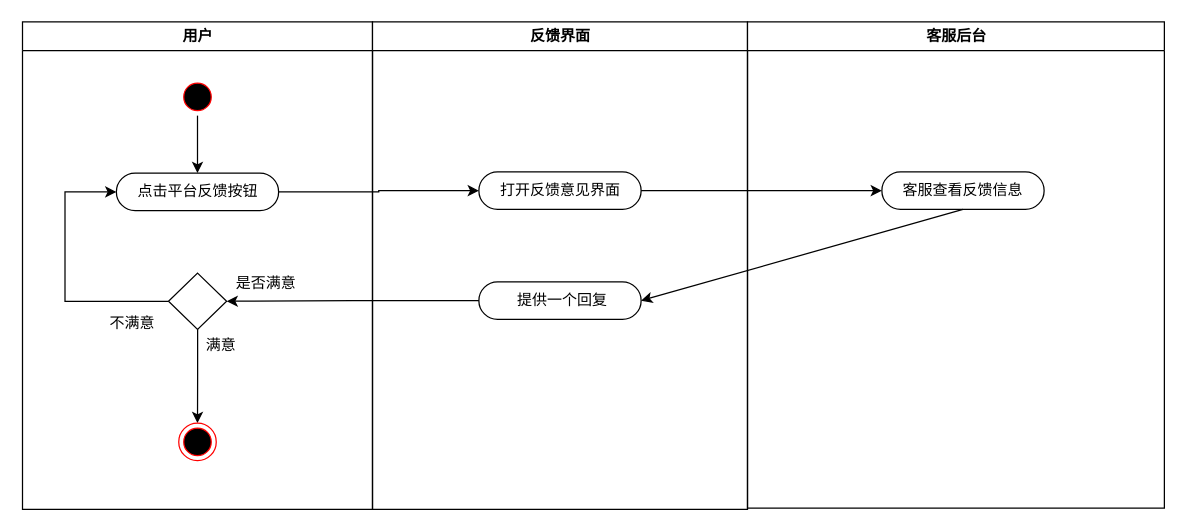
200928/image keeps this draw.io diagram as 退货协商活动图.drawio. Above is the earlier version. Source tidied: cells renumbered, new cells numbered last; positions are measured from the earlier drawing's top-left corner, leaving out a move shared by most shapes. Both pictures are drawn from the tidied source at 125%, with x=0, y=0 at pixel (21, 21).
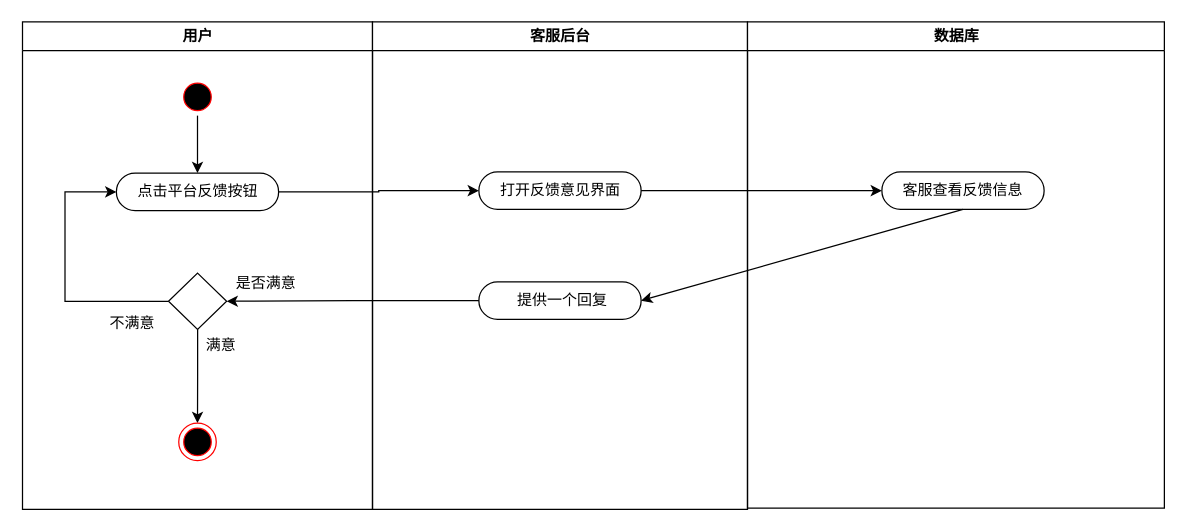
The same page after the edit.

Commit message (it also covers changes not shown here):
更新退货协商活动图.drawio

What changed in the source:
```diff
@@
-    <mxCell id="12" value="反馈界面" style="swimlane;whiteSpace=wrap;" parent="1" vertex="1">
+    <mxCell id="12" value="客服后台" style="swimlane;whiteSpace=wrap;" parent="1" vertex="1">
       <mxGeometry x="280.5" width="300" height="390" as="geometry" />
     </mxCell>
@@
-    <mxCell id="15" value="客服后台" style="swimlane;whiteSpace=wrap;" parent="1" vertex="1">
+    <mxCell id="15" value="数据库" style="swimlane;whiteSpace=wrap;startSize=23;" parent="1" vertex="1">
       <mxGeometry x="580.5" width="333.5" height="389" as="geometry" />
     </mxCell>
```
